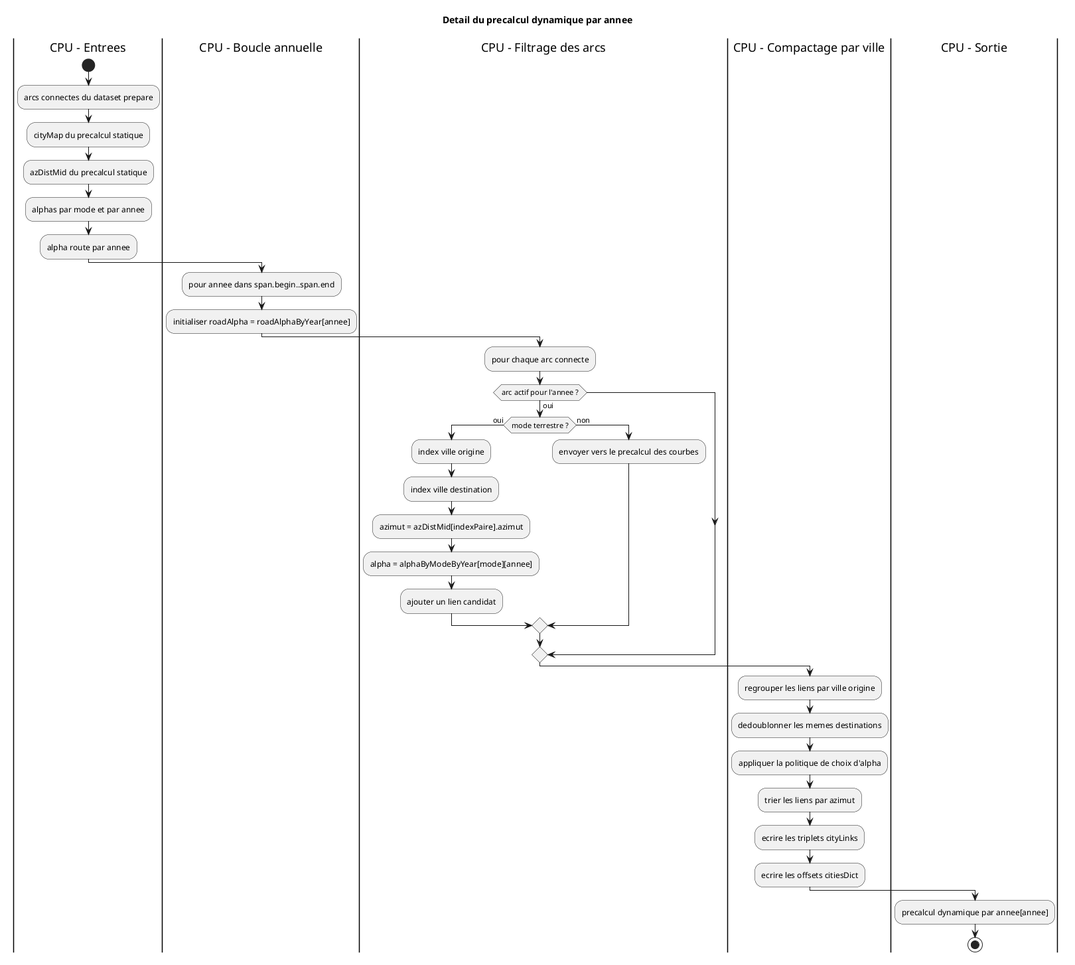
The PlantUML diagram docs/diagrams/precompute/04-dynamic-town-precompute.png in kaktus40/shriveling_world, before a commit.
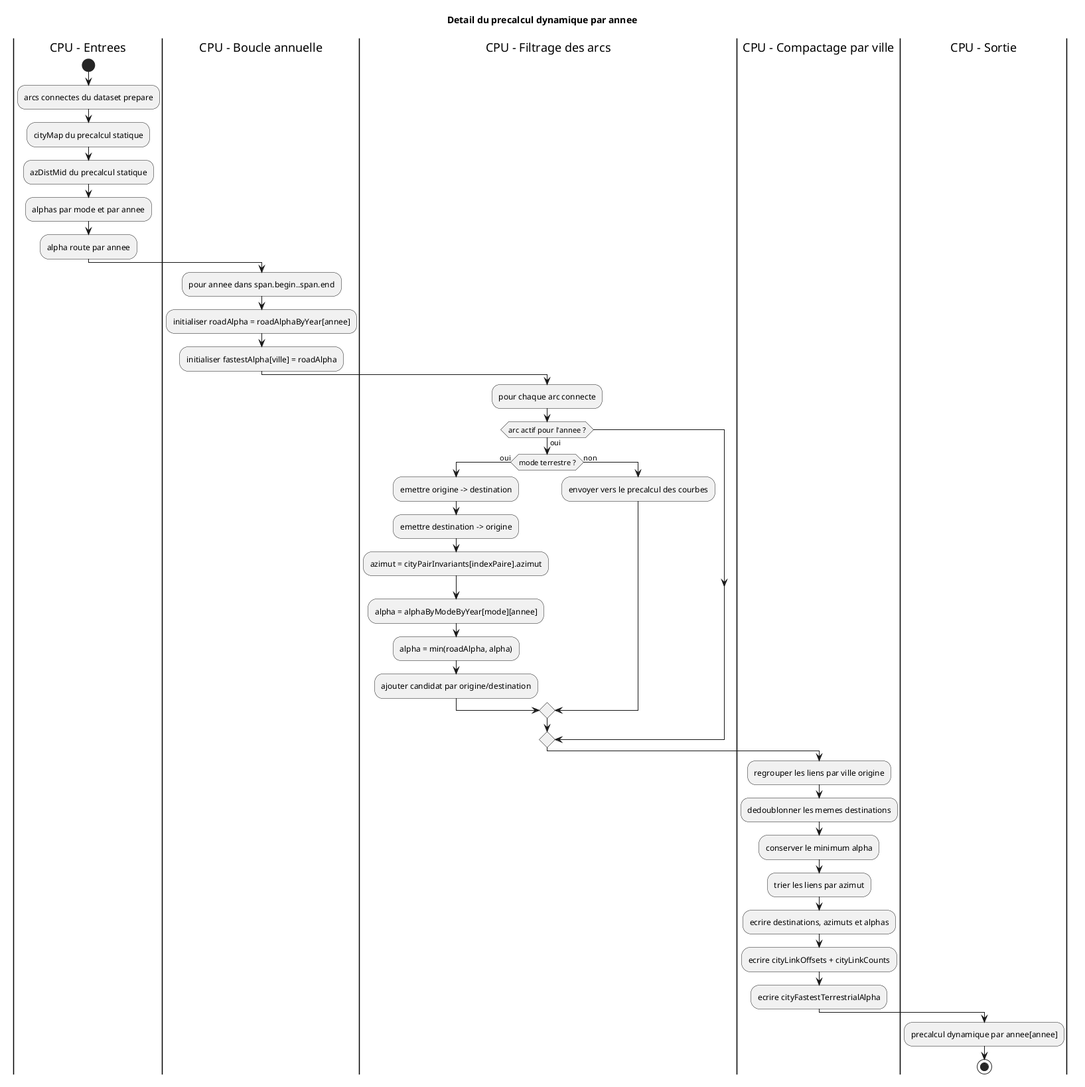
The same file after the commit.

Commit message:
docs: define alpha and dynamic cone model

The edit, as a diff of the source:
```diff
@@ -12,16 +12,18 @@
 |CPU - Boucle annuelle|
 :pour annee dans span.begin..span.end;
 :initialiser roadAlpha = roadAlphaByYear[annee];
+:initialiser fastestAlpha[ville] = roadAlpha;
 
 |CPU - Filtrage des arcs|
 :pour chaque arc connecte;
 if (arc actif pour l'annee ?) then (oui)
   if (mode terrestre ?) then (oui)
-    :index ville origine;
-    :index ville destination;
-    :azimut = azDistMid[indexPaire].azimut;
+    :emettre origine -> destination;
+    :emettre destination -> origine;
+    :azimut = cityPairInvariants[indexPaire].azimut;
     :alpha = alphaByModeByYear[mode][annee];
-    :ajouter un lien candidat;
+    :alpha = min(roadAlpha, alpha);
+    :ajouter candidat par origine/destination;
   else (non)
     :envoyer vers le precalcul des courbes;
   endif
@@ -30,10 +32,11 @@
 |CPU - Compactage par ville|
 :regrouper les liens par ville origine;
 :dedoublonner les memes destinations;
-:appliquer la politique de choix d'alpha;
+:conserver le minimum alpha;
 :trier les liens par azimut;
-:ecrire les triplets cityLinks;
-:ecrire les offsets citiesDict;
+:ecrire destinations, azimuts et alphas;
+:ecrire cityLinkOffsets + cityLinkCounts;
+:ecrire cityFastestTerrestrialAlpha;
 
 |CPU - Sortie|
 :precalcul dynamique par annee[annee];
```
